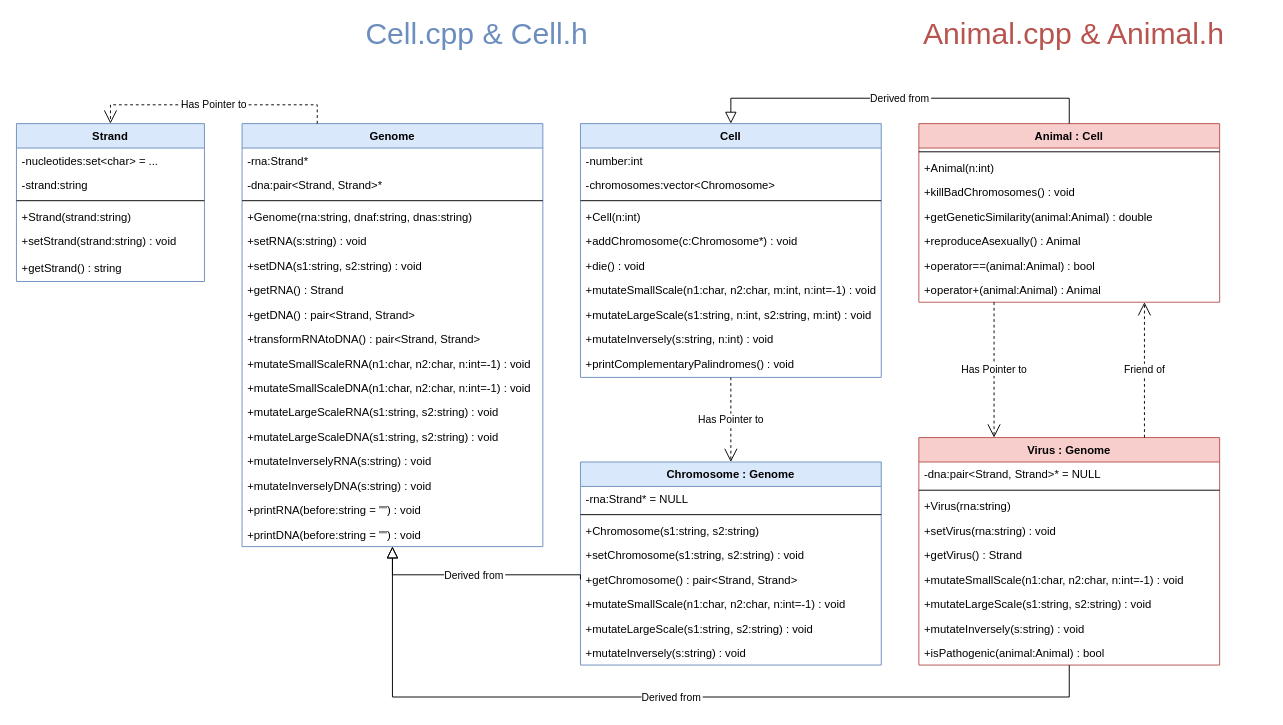
Before: schema/classes.drawio in k-forghani/class-of-life, a draw.io diagram. Source tidied: cells renumbered, new cells numbered last; positions are measured from the earlier drawing's top-left corner, leaving out a move shared by most shapes. Both pictures are drawn from the tidied source at 94%, with x=0, y=0 at pixel (16, 20).
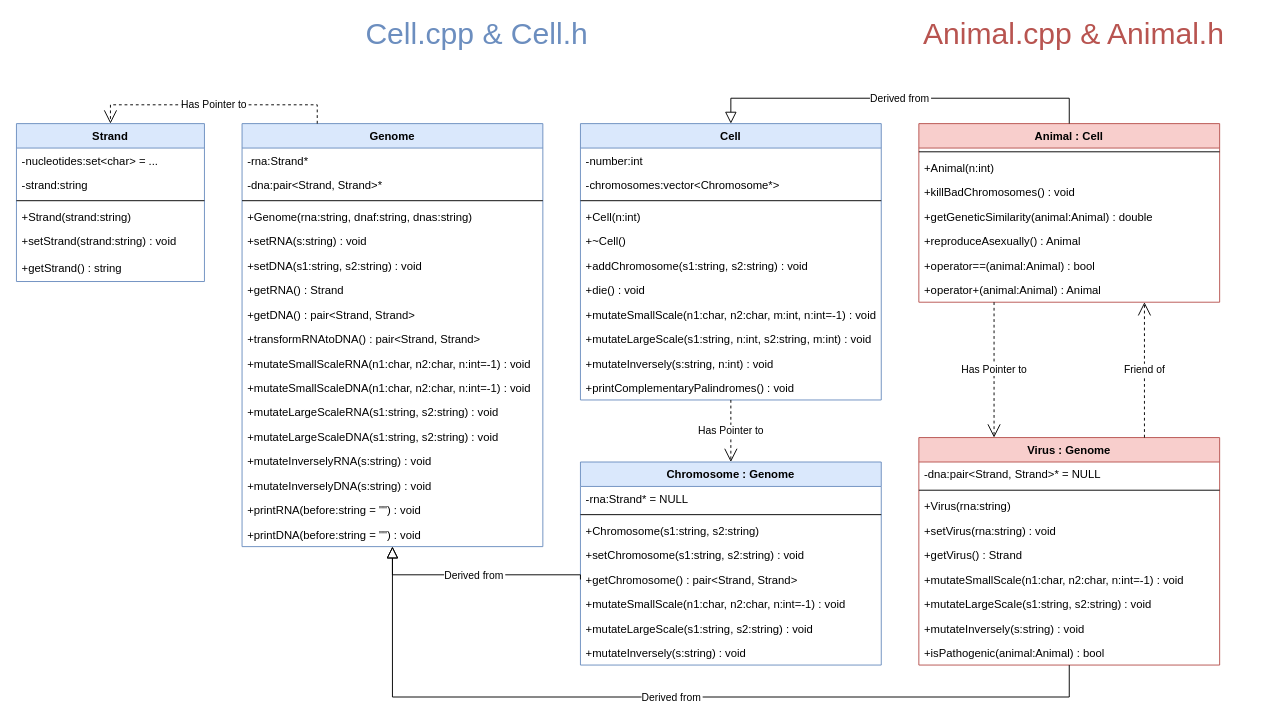
The same page after the edit.

Commit message (it also covers changes not shown here):
Implemented some methods of Cell class

Change to the diagram source:
```diff
@@
     <mxCell id="37" value="Cell" style="swimlane;fontStyle=1;align=center;verticalAlign=top;horizontal=1;startSize=26;rounded=0;shadow=0;strokeWidth=1;fillColor=#dae8fc;strokeColor=#6c8ebf;swimlaneFillColor=default;" parent="1" vertex="1">
-      <mxGeometry x="600" y="110" width="320" height="270" as="geometry" />
+      <mxGeometry x="600" y="110" width="320" height="294" as="geometry" />
     </mxCell>
@@
-    <mxCell id="39" value="-chromosomes:vector&lt;Chromosome&gt;" style="text;align=left;verticalAlign=top;spacingLeft=4;spacingRight=4;overflow=hidden;" parent="37" vertex="1">
+    <mxCell id="39" value="-chromosomes:vector&lt;Chromosome*&gt;" style="text;align=left;verticalAlign=top;spacingLeft=4;spacingRight=4;overflow=hidden;" parent="37" vertex="1">
       <mxGeometry y="52" width="320" height="26" as="geometry" />
     </mxCell>
@@
+    <mxCell id="74" value="+~Cell()" style="text;align=left;verticalAlign=top;spacingLeft=4;spacingRight=4;overflow=hidden;" parent="37" vertex="1">
+      <mxGeometry y="112" width="320" height="26" as="geometry" />
+    </mxCell>
-    <mxCell id="42" value="+addChromosome(c:Chromosome*) : void" style="text;align=left;verticalAlign=top;spacingLeft=4;spacingRight=4;overflow=hidden;" parent="37" vertex="1">
-      <mxGeometry y="112" width="320" height="26" as="geometry" />
+    <mxCell id="42" value="+addChromosome(s1:string, s2:string) : void" style="text;align=left;verticalAlign=top;spacingLeft=4;spacingRight=4;overflow=hidden;" parent="37" vertex="1">
+      <mxGeometry y="138" width="320" height="26" as="geometry" />
     </mxCell>
     <mxCell id="43" value="+die() : void" style="text;align=left;verticalAlign=top;spacingLeft=4;spacingRight=4;overflow=hidden;" parent="37" vertex="1">
-      <mxGeometry y="138" width="320" height="26" as="geometry" />
+      <mxGeometry y="164" width="320" height="26" as="geometry" />
     </mxCell>
     <mxCell id="44" value="+mutateSmallScale(n1:char, n2:char, m:int, n:int=-1) : void" style="text;align=left;verticalAlign=top;spacingLeft=4;spacingRight=4;overflow=hidden;" parent="37" vertex="1">
-      <mxGeometry y="164" width="320" height="26" as="geometry" />
+      <mxGeometry y="190" width="320" height="26" as="geometry" />
     </mxCell>
     <mxCell id="45" value="+mutateLargeScale(s1:string, n:int, s2:string, m:int) : void" style="text;align=left;verticalAlign=top;spacingLeft=4;spacingRight=4;overflow=hidden;" parent="37" vertex="1">
-      <mxGeometry y="190" width="320" height="26" as="geometry" />
+      <mxGeometry y="216" width="320" height="26" as="geometry" />
     </mxCell>
     <mxCell id="46" value="+mutateInversely(s:string, n:int) : void" style="text;align=left;verticalAlign=top;spacingLeft=4;spacingRight=4;overflow=hidden;" parent="37" vertex="1">
-      <mxGeometry y="216" width="320" height="26" as="geometry" />
+      <mxGeometry y="242" width="320" height="26" as="geometry" />
     </mxCell>
     <mxCell id="47" value="+printComplementaryPalindromes() : void" style="text;align=left;verticalAlign=top;spacingLeft=4;spacingRight=4;overflow=hidden;" parent="37" vertex="1">
-      <mxGeometry y="242" width="320" height="26" as="geometry" />
+      <mxGeometry y="268" width="320" height="26" as="geometry" />
     </mxCell>
```
